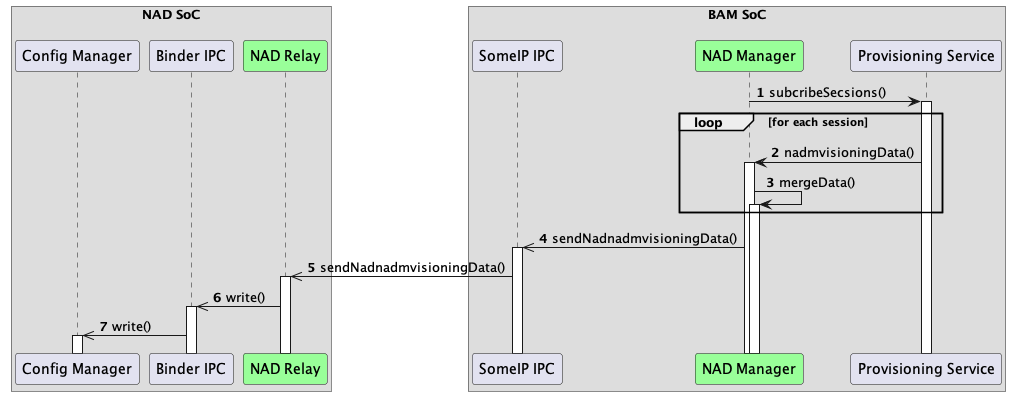
Above: out/doc/SA cert/Design/figures/sequence_diagram/provisioning/provisioning.png in taikt/codefun (PlantUML), before the change.
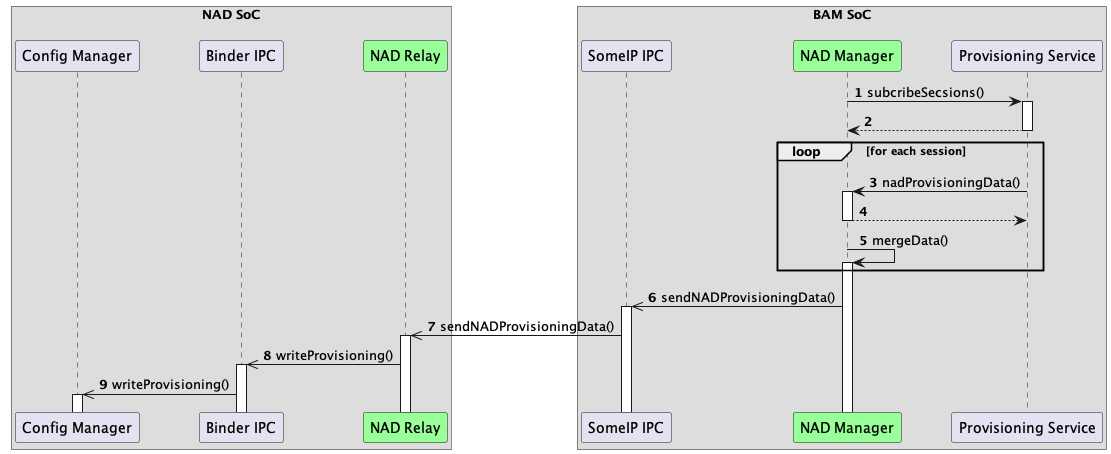
After the commit.

Change to the diagram source:
```diff
@@ -31,17 +31,18 @@
 
 
     nadm -> nadm_data: subcribeSecsions()
+    nadm_data --> nadm:
     loop for each session
-    nadm_data -> nadm: nadmvisioningData()
-
+    nadm_data -> nadm: nadProvisioningData()
+    nadm_data <-- nadm:
     nadm -> nadm: mergeData()
     end loop
 
 
-    nadm ->> sip: sendNadnadmvisioningData()
-    sip ->> nadm_nadm: sendNadnadmvisioningData()
-    nadm_nadm ->> bin: write()
-    bin ->> config: write()
+    nadm ->> sip: sendNADProvisioningData()
+    sip ->> nadm_nadm: sendNADProvisioningData()
+    nadm_nadm ->> bin: writeProvisioning()
+    bin ->> config: writeProvisioning()
 
 
 @enduml
```
